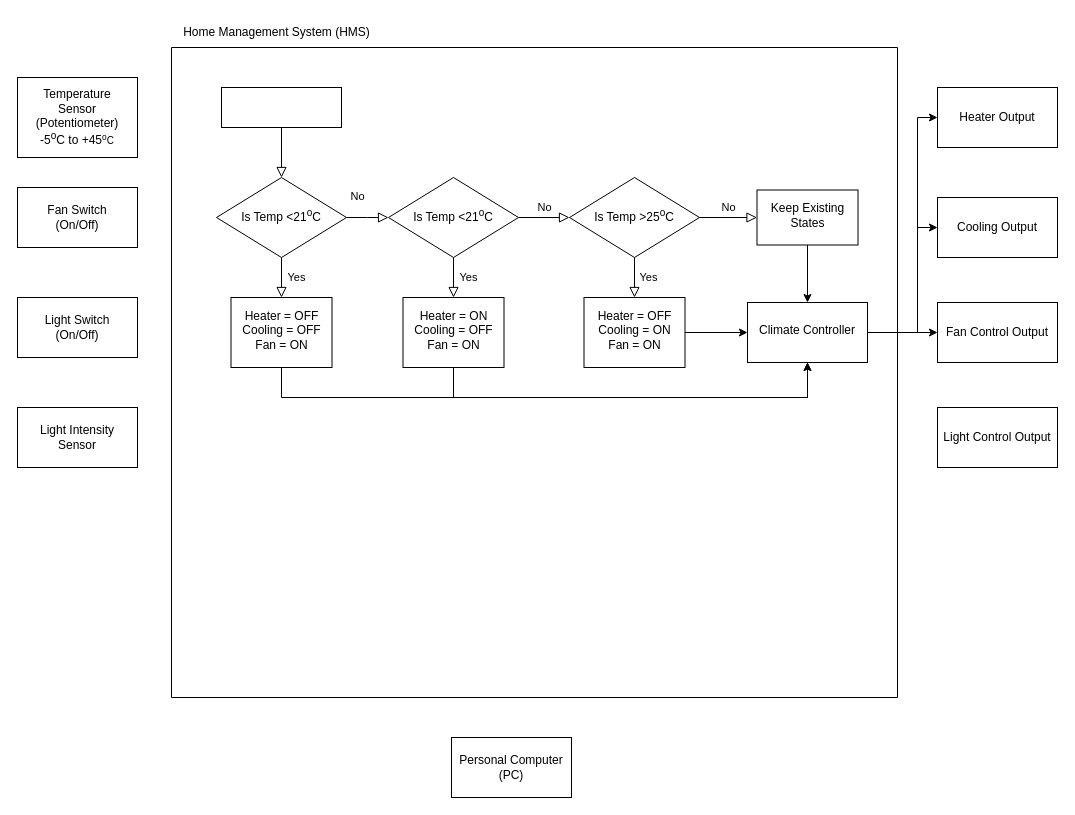
Above: Diagrams/FinalProject.drawio in S3942721/s3942721_EEET2096_FinalProject (draw.io), before the change. Source tidied: cells renumbered, new cells numbered last; positions are measured from the earlier drawing's top-left corner, leaving out a move shared by most shapes. Both pictures are drawn from the tidied source at 100%, with x=0, y=0 at pixel (17, 17).
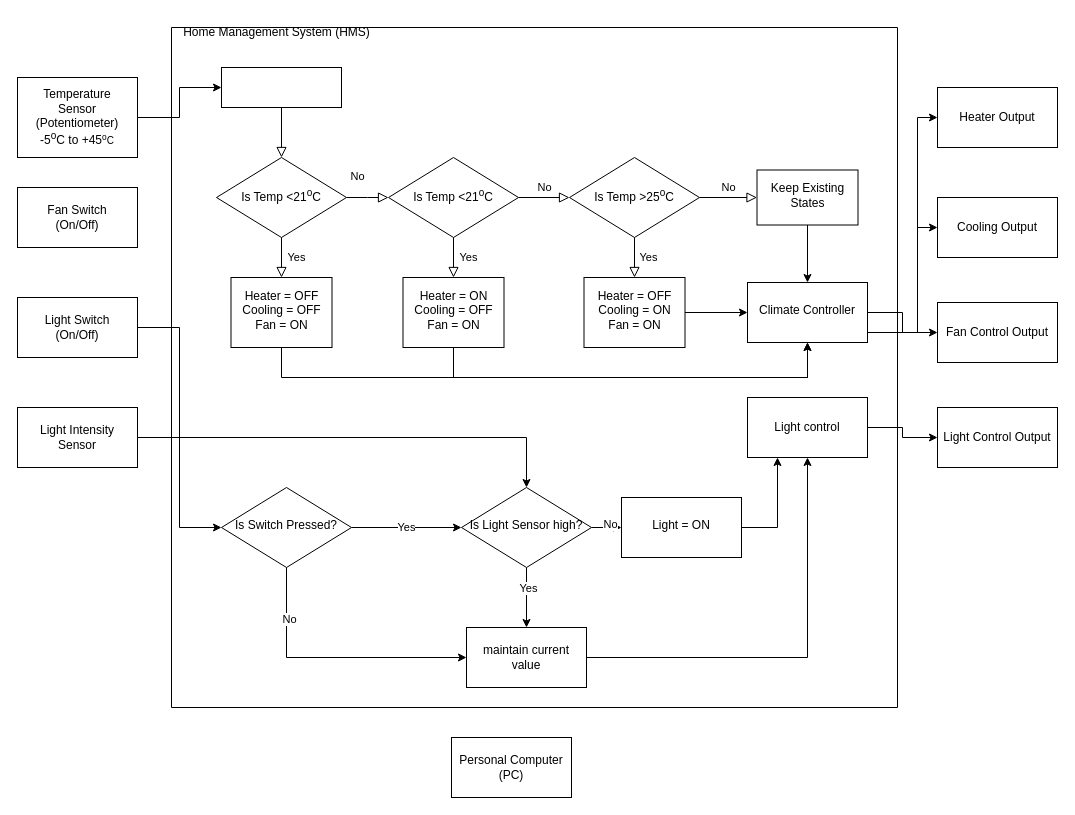
After the change.

Commit message (it also covers changes not shown here):
added lightswitch logic to flow diagram

The change refers to these unchanged cells:
```xml
<mxCell id="3" style="rounded=0;whiteSpace=wrap;html=1;fontSize=12;glass=0;strokeWidth=1;shadow=0;" parent="2" vertex="1">
  <mxGeometry x="50" y="40" width="120" height="40" as="geometry" />
</mxCell>
<mxCell id="23" value="Temperature&lt;br&gt;Sensor&lt;br&gt;(Potentiometer)&lt;br&gt;-5&lt;sup style=&quot;border-color: var(--border-color);&quot;&gt;o&lt;/sup&gt;C to +45&lt;span style=&quot;font-size: 10px;&quot;&gt;&lt;sup&gt;o&lt;/sup&gt;C&lt;/span&gt;" style="rounded=0;whiteSpace=wrap;html=1;" parent="1" vertex="1">
  <mxGeometry y="60" width="120" height="80" as="geometry" />
</mxCell>
<mxCell id="25" value="Light Switch&lt;br&gt;(On/Off)" style="rounded=0;whiteSpace=wrap;html=1;" parent="1" vertex="1">
  <mxGeometry y="280" width="120" height="60" as="geometry" />
</mxCell>
<mxCell id="26" value="Light Intensity &lt;br&gt;Sensor" style="rounded=0;whiteSpace=wrap;html=1;" parent="1" vertex="1">
  <mxGeometry y="390" width="120" height="60" as="geometry" />
</mxCell>
<mxCell id="30" value="Light Control Output" style="rounded=0;whiteSpace=wrap;html=1;" parent="1" vertex="1">
  <mxGeometry x="920" y="390" width="120" height="60" as="geometry" />
</mxCell>
```

Diff of the diagram source:
```diff
@@
     <mxCell id="2" style="swimlane;startSize=0;" parent="1" vertex="1">
-      <mxGeometry x="154" y="30" width="726" height="650" as="geometry" />
+      <mxGeometry x="154" y="10" width="726" height="680" as="geometry" />
     </mxCell>
@@
+    <mxCell id="36" style="edgeStyle=orthogonalEdgeStyle;rounded=0;jettySize=auto;html=1;" parent="2" edge="1" source="38" target="43">
+      <mxGeometry relative="1" as="geometry" />
+    </mxCell>
+    <mxCell id="37" value="Yes" style="edgeLabel;html=1;align=center;verticalAlign=middle;" parent="36" vertex="1">
+      <mxGeometry x="-0.02" y="1" relative="1" as="geometry" />
+    </mxCell>
+    <mxCell id="38" value="Is Switch Pressed?" style="rhombus;whiteSpace=wrap;html=1;shadow=0;fontFamily=Helvetica;fontSize=12;align=center;strokeWidth=1;spacing=6;spacingTop=-4;" parent="2" vertex="1">
+      <mxGeometry x="50" y="460" width="130" height="80" as="geometry" />
+    </mxCell>
+    <mxCell id="39" style="edgeStyle=orthogonalEdgeStyle;rounded=0;jettySize=auto;html=1;" parent="2" edge="1" source="43" target="48">
+      <mxGeometry relative="1" as="geometry" />
+    </mxCell>
+    <mxCell id="40" value="Yes" style="edgeLabel;html=1;align=center;verticalAlign=middle;" parent="39" vertex="1">
+      <mxGeometry x="-0.34" y="1" relative="1" as="geometry" />
+    </mxCell>
+    <mxCell id="41" style="edgeStyle=orthogonalEdgeStyle;rounded=0;jettySize=auto;html=1;" parent="2" edge="1" source="43" target="50">
+      <mxGeometry relative="1" as="geometry" />
+    </mxCell>
+    <mxCell id="42" value="No" style="edgeLabel;html=1;align=center;verticalAlign=middle;" parent="41" vertex="1">
+      <mxGeometry x="0.5" y="4" relative="1" as="geometry" />
+    </mxCell>
+    <mxCell id="43" value="Is Light Sensor high?" style="rhombus;whiteSpace=wrap;html=1;shadow=0;fontFamily=Helvetica;fontSize=12;align=center;strokeWidth=1;spacing=6;spacingTop=-4;" parent="2" vertex="1">
+      <mxGeometry x="290" y="460" width="130" height="80" as="geometry" />
+    </mxCell>
+    <mxCell id="44" value="Light control" style="rounded=0;whiteSpace=wrap;html=1;" parent="2" vertex="1">
+      <mxGeometry x="576" y="370" width="120" height="60" as="geometry" />
+    </mxCell>
+    <mxCell id="45" style="edgeStyle=orthogonalEdgeStyle;rounded=0;jettySize=auto;html=1;entryX=0.5;entryY=1;entryDx=0;entryDy=0;" parent="2" edge="1" source="48" target="44">
+      <mxGeometry relative="1" as="geometry" />
+    </mxCell>
+    <mxCell id="46" style="edgeStyle=orthogonalEdgeStyle;rounded=0;jettySize=auto;html=1;exitX=0.5;exitY=1;exitDx=0;exitDy=0;entryX=0;entryY=0.5;entryDx=0;entryDy=0;" parent="2" edge="1" source="38" target="48">
+      <mxGeometry relative="1" as="geometry" />
+    </mxCell>
+    <mxCell id="47" value="No" style="edgeLabel;html=1;align=center;verticalAlign=middle;" parent="46" vertex="1">
+      <mxGeometry x="-0.62" y="2" relative="1" as="geometry" />
+    </mxCell>
+    <mxCell id="48" value="maintain current value" style="rounded=0;whiteSpace=wrap;html=1;" parent="2" vertex="1">
+      <mxGeometry x="295" y="600" width="120" height="60" as="geometry" />
+    </mxCell>
+    <mxCell id="49" style="edgeStyle=orthogonalEdgeStyle;rounded=0;jettySize=auto;html=1;exitX=1;exitY=0.5;exitDx=0;exitDy=0;entryX=0.25;entryY=1;entryDx=0;entryDy=0;" parent="2" edge="1" source="50" target="44">
+      <mxGeometry relative="1" as="geometry" />
+    </mxCell>
+    <mxCell id="50" value="Light = ON" style="whiteSpace=wrap;html=1;shadow=0;strokeWidth=1;spacing=6;spacingTop=-4;" parent="2" vertex="1">
+      <mxGeometry x="450" y="470" width="120" height="60" as="geometry" />
+    </mxCell>
+    <mxCell id="51" style="edgeStyle=orthogonalEdgeStyle;rounded=0;jettySize=auto;html=1;entryX=0;entryY=0.5;entryDx=0;entryDy=0;" parent="1" edge="1" source="23" target="3">
+      <mxGeometry relative="1" as="geometry" />
+    </mxCell>
@@
+    <mxCell id="52" style="edgeStyle=orthogonalEdgeStyle;rounded=0;jettySize=auto;html=1;entryX=0;entryY=0.5;entryDx=0;entryDy=0;" parent="1" edge="1" source="25" target="38">
+      <mxGeometry relative="1" as="geometry" />
+    </mxCell>
@@
+    <mxCell id="53" style="edgeStyle=orthogonalEdgeStyle;rounded=0;jettySize=auto;html=1;exitX=1;exitY=0.5;exitDx=0;exitDy=0;entryX=0.5;entryY=0;entryDx=0;entryDy=0;" parent="1" edge="1" source="26" target="43">
+      <mxGeometry relative="1" as="geometry" />
+    </mxCell>
@@
+    <mxCell id="54" style="edgeStyle=orthogonalEdgeStyle;rounded=0;jettySize=auto;html=1;entryX=0;entryY=0.5;entryDx=0;entryDy=0;" parent="1" edge="1" source="44" target="30">
+      <mxGeometry relative="1" as="geometry" />
+    </mxCell>
```
